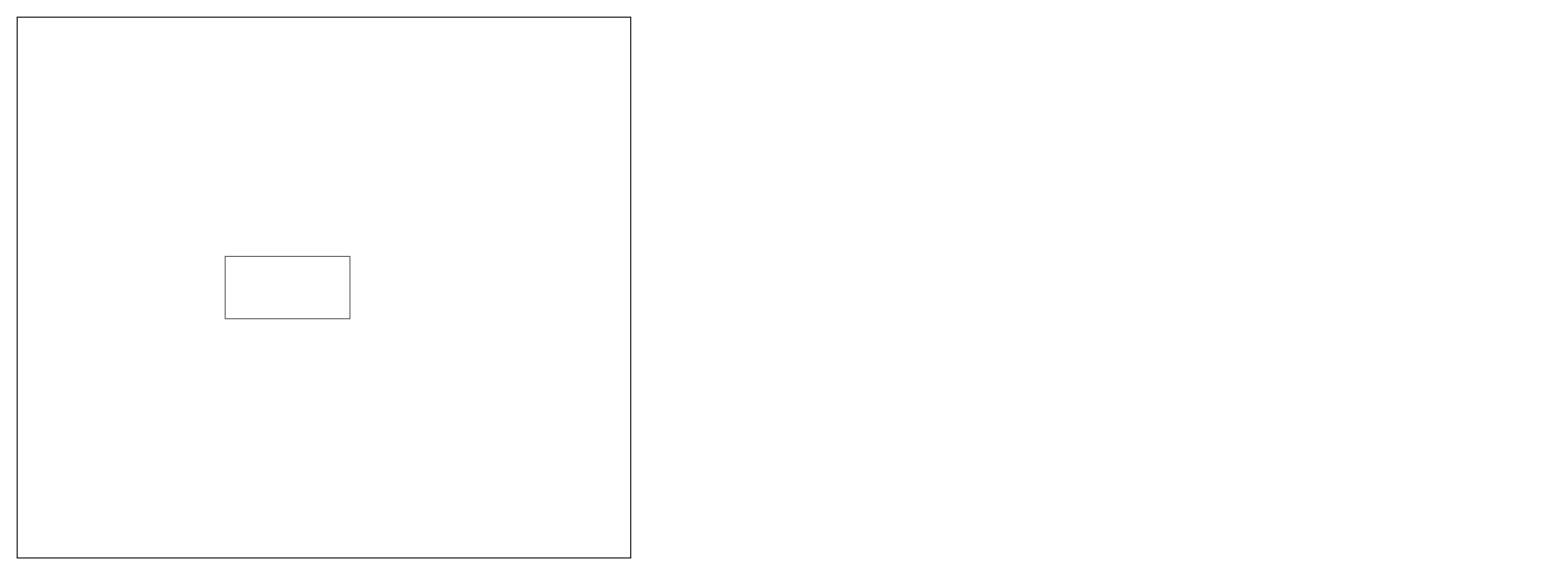
Earlier version of the draw.io diagram Diagramme sans nom.drawio (Alexi-Lesinski/Arinfo). Source tidied: cells renumbered, new cells numbered last; positions are measured from the earlier drawing's top-left corner, leaving out a move shared by most shapes. Both pictures are drawn from the tidied source at 104%, with x=0, y=0 at pixel (17, 17).
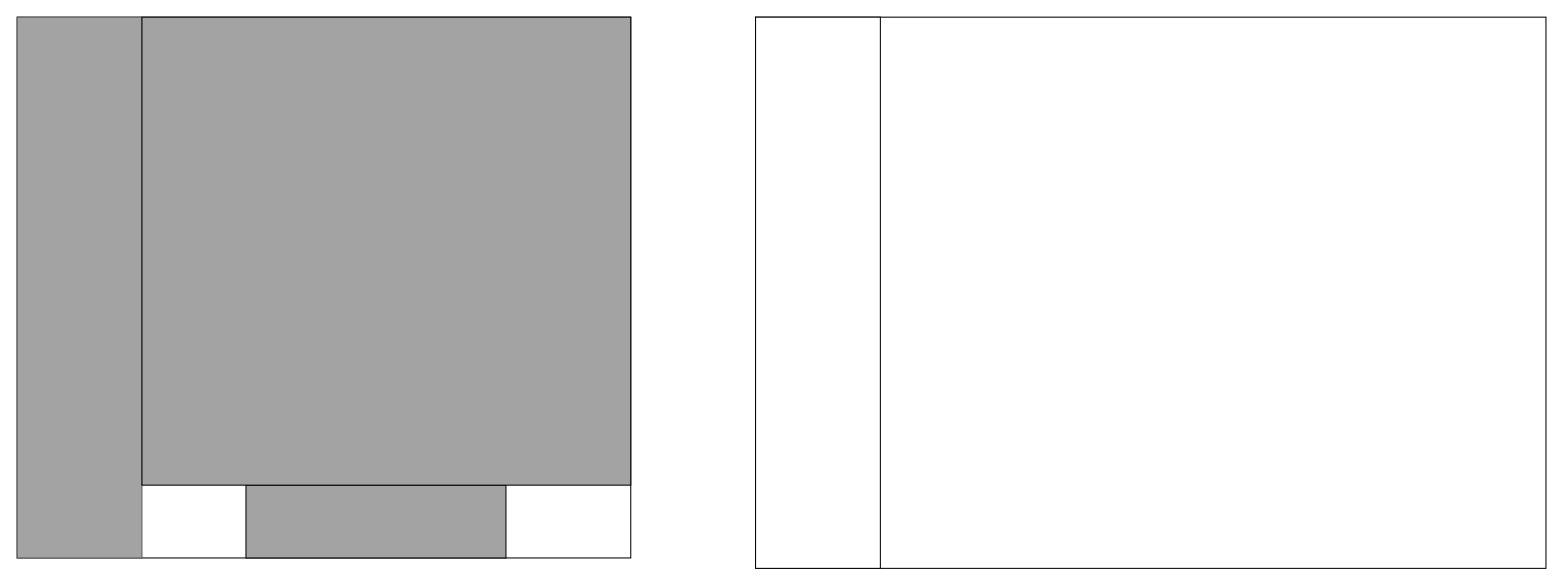
Above is the later version.

Commit message (it also covers changes not shown here):
Mettre à jour Diagramme sans nom.drawio

What changed in the source:
```diff
@@
 <mxGraphModel>
   <root>
     <mxCell id="0" />
     <mxCell id="1" parent="0" />
     <mxCell id="2" style="rounded=0;whiteSpace=wrap;html=1;" parent="1" vertex="1">
       <mxGeometry width="590" height="520" as="geometry" />
     </mxCell>
-    <mxCell id="3" style="rounded=0;whiteSpace=wrap;html=1;strokeColor=#5e5e5e;" parent="1" vertex="1">
-      <mxGeometry x="200" y="230" width="120" height="60" as="geometry" />
+    <mxCell id="3" style="rounded=0;whiteSpace=wrap;html=1;strokeColor=#5e5e5e;fillColor=#A3A3A3;" parent="1" vertex="1">
+      <mxGeometry width="120" height="520" as="geometry" />
     </mxCell>
+    <mxCell id="4" style="rounded=0;whiteSpace=wrap;html=1;fillColor=#A3A3A3;" parent="1" vertex="1">
+      <mxGeometry x="220" y="450" width="250" height="70" as="geometry" />
+    </mxCell>
+    <mxCell id="5" style="rounded=0;whiteSpace=wrap;html=1;fillColor=#A3A3A3;" parent="1" vertex="1">
+      <mxGeometry x="120" width="470" height="450" as="geometry" />
+    </mxCell>
+    <mxCell id="6" style="rounded=0;whiteSpace=wrap;html=1;" parent="1" vertex="1">
+      <mxGeometry x="710" width="760" height="530" as="geometry" />
+    </mxCell>
+    <mxCell id="7" style="rounded=0;whiteSpace=wrap;html=1;" parent="1" vertex="1">
+      <mxGeometry x="710" width="120" height="530" as="geometry" />
+    </mxCell>
   </root>
 </mxGraphModel>
```
